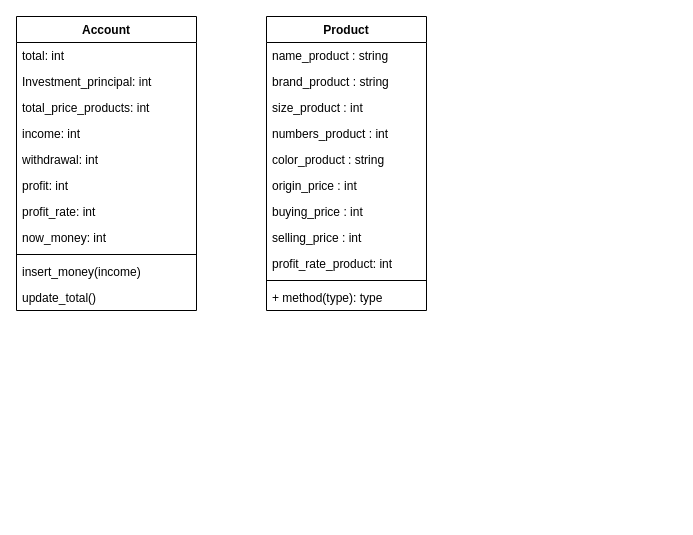
The draw.io diagram page "ClassDiagram" (1 of 2) of 1. Website for finance/classDiagram.drawio in daeho220/ToyProject, before the edit. Source tidied: cells renumbered, new cells numbered last; positions are measured from the earlier drawing's top-left corner, leaving out a move shared by most shapes. Both pictures are drawn from the tidied source at 100%, with x=0, y=0 at pixel (16, 16).
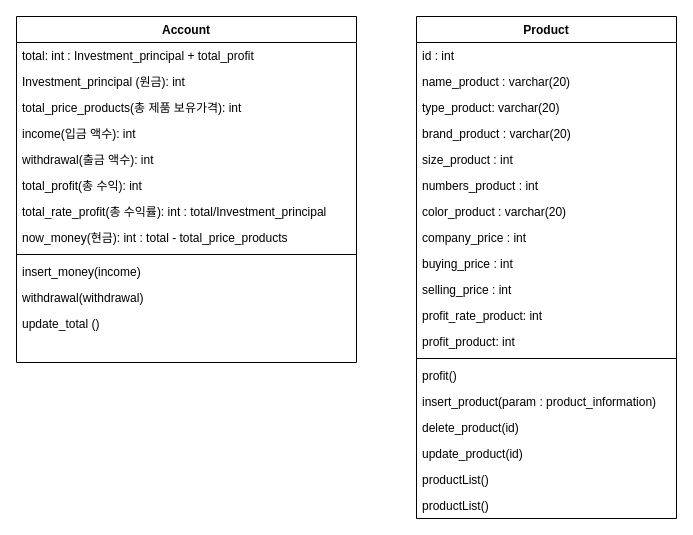
After the change.

What changed in the source:
```diff
@@
     <mxCell id="2" value="Account" style="swimlane;fontStyle=1;align=center;verticalAlign=top;horizontal=1;startSize=26;" parent="1" vertex="1">
-      <mxGeometry width="180" height="294" as="geometry" />
+      <mxGeometry width="340" height="346" as="geometry" />
     </mxCell>
-    <mxCell id="3" value="total: int" style="text;strokeColor=none;fillColor=none;align=left;verticalAlign=top;spacingLeft=4;spacingRight=4;overflow=hidden;" parent="2" vertex="1">
-      <mxGeometry y="26" width="180" height="26" as="geometry" />
+    <mxCell id="3" value="total: int : Investment_principal + total_profit" style="text;strokeColor=none;fillColor=none;align=left;verticalAlign=top;spacingLeft=4;spacingRight=4;overflow=hidden;" parent="2" vertex="1">
+      <mxGeometry y="26" width="340" height="26" as="geometry" />
     </mxCell>
-    <mxCell id="4" value="Investment_principal: int" style="text;strokeColor=none;fillColor=none;align=left;verticalAlign=top;spacingLeft=4;spacingRight=4;overflow=hidden;" parent="2" vertex="1">
-      <mxGeometry y="52" width="180" height="26" as="geometry" />
+    <mxCell id="4" value="Investment_principal (원금): int" style="text;strokeColor=none;fillColor=none;align=left;verticalAlign=top;spacingLeft=4;spacingRight=4;overflow=hidden;" parent="2" vertex="1">
+      <mxGeometry y="52" width="340" height="26" as="geometry" />
     </mxCell>
-    <mxCell id="5" value="total_price_products: int" style="text;strokeColor=none;fillColor=none;align=left;verticalAlign=top;spacingLeft=4;spacingRight=4;overflow=hidden;" parent="2" vertex="1">
-      <mxGeometry y="78" width="180" height="26" as="geometry" />
+    <mxCell id="5" value="total_price_products(총 제품 보유가격): int" style="text;strokeColor=none;fillColor=none;align=left;verticalAlign=top;spacingLeft=4;spacingRight=4;overflow=hidden;" parent="2" vertex="1">
+      <mxGeometry y="78" width="340" height="26" as="geometry" />
     </mxCell>
-    <mxCell id="6" value="income: int" style="text;strokeColor=none;fillColor=none;align=left;verticalAlign=top;spacingLeft=4;spacingRight=4;overflow=hidden;" parent="2" vertex="1">
-      <mxGeometry y="104" width="180" height="26" as="geometry" />
+    <mxCell id="6" value="income(입금 액수): int" style="text;strokeColor=none;fillColor=none;align=left;verticalAlign=top;spacingLeft=4;spacingRight=4;overflow=hidden;" parent="2" vertex="1">
+      <mxGeometry y="104" width="340" height="26" as="geometry" />
     </mxCell>
-    <mxCell id="7" value="withdrawal: int" style="text;strokeColor=none;fillColor=none;align=left;verticalAlign=top;spacingLeft=4;spacingRight=4;overflow=hidden;" parent="2" vertex="1">
-      <mxGeometry y="130" width="180" height="26" as="geometry" />
+    <mxCell id="7" value="withdrawal(출금 액수): int" style="text;strokeColor=none;fillColor=none;align=left;verticalAlign=top;spacingLeft=4;spacingRight=4;overflow=hidden;" parent="2" vertex="1">
+      <mxGeometry y="130" width="340" height="26" as="geometry" />
     </mxCell>
-    <mxCell id="8" value="profit: int" style="text;strokeColor=none;fillColor=none;align=left;verticalAlign=top;spacingLeft=4;spacingRight=4;overflow=hidden;" parent="2" vertex="1">
-      <mxGeometry y="156" width="180" height="26" as="geometry" />
-    </mxCell>
-    <mxCell id="9" value="profit_rate: int" style="text;strokeColor=none;fillColor=none;align=left;verticalAlign=top;spacingLeft=4;spacingRight=4;overflow=hidden;" parent="2" vertex="1">
-      <mxGeometry y="182" width="180" height="26" as="geometry" />
-    </mxCell>
+    <mxCell id="26" value="total_profit(총 수익): int" style="text;strokeColor=none;fillColor=none;align=left;verticalAlign=top;spacingLeft=4;spacingRight=4;overflow=hidden;" parent="2" vertex="1">
+      <mxGeometry y="156" width="340" height="26" as="geometry" />
+    </mxCell>
+    <mxCell id="27" value="total_rate_profit(총 수익률): int : total/Investment_principal" style="text;strokeColor=none;fillColor=none;align=left;verticalAlign=top;spacingLeft=4;spacingRight=4;overflow=hidden;" parent="2" vertex="1">
+      <mxGeometry y="182" width="340" height="26" as="geometry" />
+    </mxCell>
-    <mxCell id="10" value="now_money: int" style="text;strokeColor=none;fillColor=none;align=left;verticalAlign=top;spacingLeft=4;spacingRight=4;overflow=hidden;" parent="2" vertex="1">
-      <mxGeometry y="208" width="180" height="26" as="geometry" />
+    <mxCell id="10" value="now_money(현금): int : total - total_price_products" style="text;strokeColor=none;fillColor=none;align=left;verticalAlign=top;spacingLeft=4;spacingRight=4;overflow=hidden;" parent="2" vertex="1">
+      <mxGeometry y="208" width="340" height="26" as="geometry" />
     </mxCell>
     <mxCell id="11" style="line;strokeWidth=1;fillColor=none;align=left;verticalAlign=middle;spacingTop=-1;spacingLeft=3;spacingRight=3;labelPosition=right;strokeColor=inherit;" parent="2" vertex="1">
-      <mxGeometry y="234" width="180" height="8" as="geometry" />
+      <mxGeometry y="234" width="340" height="8" as="geometry" />
     </mxCell>
     <mxCell id="12" value="insert_money(income)" style="text;strokeColor=none;fillColor=none;align=left;verticalAlign=top;spacingLeft=4;spacingRight=4;overflow=hidden;" parent="2" vertex="1">
-      <mxGeometry y="242" width="180" height="26" as="geometry" />
+      <mxGeometry y="242" width="340" height="26" as="geometry" />
     </mxCell>
+    <mxCell id="28" value="withdrawal(withdrawal)" style="text;strokeColor=none;fillColor=none;align=left;verticalAlign=top;spacingLeft=4;spacingRight=4;overflow=hidden;" parent="2" vertex="1">
+      <mxGeometry y="268" width="340" height="26" as="geometry" />
+    </mxCell>
-    <mxCell id="13" value="update_total()" style="text;strokeColor=none;fillColor=none;align=left;verticalAlign=top;spacingLeft=4;spacingRight=4;overflow=hidden;" parent="2" vertex="1">
-      <mxGeometry y="268" width="180" height="26" as="geometry" />
+    <mxCell id="13" value="update_total ()" style="text;strokeColor=none;fillColor=none;align=left;verticalAlign=top;spacingLeft=4;spacingRight=4;overflow=hidden;" parent="2" vertex="1">
+      <mxGeometry y="294" width="340" height="26" as="geometry" />
     </mxCell>
+    <mxCell id="29" style="text;strokeColor=none;fillColor=none;align=left;verticalAlign=top;spacingLeft=4;spacingRight=4;overflow=hidden;" parent="2" vertex="1">
+      <mxGeometry y="320" width="340" height="26" as="geometry" />
+    </mxCell>
     <mxCell id="14" value="Product" style="swimlane;fontStyle=1;align=center;verticalAlign=top;horizontal=1;startSize=26;" parent="1" vertex="1">
-      <mxGeometry x="250" width="160" height="294" as="geometry" />
+      <mxGeometry x="400" width="260" height="502" as="geometry" />
     </mxCell>
-    <mxCell id="15" value="name_product : string" style="text;strokeColor=none;fillColor=none;align=left;verticalAlign=top;spacingLeft=4;spacingRight=4;overflow=hidden;" parent="14" vertex="1">
-      <mxGeometry y="26" width="160" height="26" as="geometry" />
+    <mxCell id="15" value="id : int" style="text;strokeColor=none;fillColor=none;align=left;verticalAlign=top;spacingLeft=4;spacingRight=4;overflow=hidden;" parent="14" vertex="1">
+      <mxGeometry y="26" width="260" height="26" as="geometry" />
     </mxCell>
+    <mxCell id="30" value="name_product : varchar(20)" style="text;strokeColor=none;fillColor=none;align=left;verticalAlign=top;spacingLeft=4;spacingRight=4;overflow=hidden;" parent="14" vertex="1">
+      <mxGeometry y="52" width="260" height="26" as="geometry" />
+    </mxCell>
+    <mxCell id="31" value="type_product: varchar(20)" style="text;strokeColor=none;fillColor=none;align=left;verticalAlign=top;spacingLeft=4;spacingRight=4;overflow=hidden;" parent="14" vertex="1">
+      <mxGeometry y="78" width="260" height="26" as="geometry" />
+    </mxCell>
-    <mxCell id="16" value="brand_product : string" style="text;strokeColor=none;fillColor=none;align=left;verticalAlign=top;spacingLeft=4;spacingRight=4;overflow=hidden;" parent="14" vertex="1">
-      <mxGeometry y="52" width="160" height="26" as="geometry" />
+    <mxCell id="16" value="brand_product : varchar(20)" style="text;strokeColor=none;fillColor=none;align=left;verticalAlign=top;spacingLeft=4;spacingRight=4;overflow=hidden;" parent="14" vertex="1">
+      <mxGeometry y="104" width="260" height="26" as="geometry" />
     </mxCell>
     <mxCell id="17" value="size_product : int" style="text;strokeColor=none;fillColor=none;align=left;verticalAlign=top;spacingLeft=4;spacingRight=4;overflow=hidden;" parent="14" vertex="1">
-      <mxGeometry y="78" width="160" height="26" as="geometry" />
+      <mxGeometry y="130" width="260" height="26" as="geometry" />
     </mxCell>
     <mxCell id="18" value="numbers_product : int" style="text;strokeColor=none;fillColor=none;align=left;verticalAlign=top;spacingLeft=4;spacingRight=4;overflow=hidden;" parent="14" vertex="1">
-      <mxGeometry y="104" width="160" height="26" as="geometry" />
+      <mxGeometry y="156" width="260" height="26" as="geometry" />
     </mxCell>
-    <mxCell id="19" value="color_product : string" style="text;strokeColor=none;fillColor=none;align=left;verticalAlign=top;spacingLeft=4;spacingRight=4;overflow=hidden;" parent="14" vertex="1">
-      <mxGeometry y="130" width="160" height="26" as="geometry" />
+    <mxCell id="19" value="color_product : varchar(20)" style="text;strokeColor=none;fillColor=none;align=left;verticalAlign=top;spacingLeft=4;spacingRight=4;overflow=hidden;" parent="14" vertex="1">
+      <mxGeometry y="182" width="260" height="26" as="geometry" />
     </mxCell>
-    <mxCell id="20" value="origin_price : int" style="text;strokeColor=none;fillColor=none;align=left;verticalAlign=top;spacingLeft=4;spacingRight=4;overflow=hidden;" parent="14" vertex="1">
-      <mxGeometry y="156" width="160" height="26" as="geometry" />
+    <mxCell id="20" value="company_price : int" style="text;strokeColor=none;fillColor=none;align=left;verticalAlign=top;spacingLeft=4;spacingRight=4;overflow=hidden;" parent="14" vertex="1">
+      <mxGeometry y="208" width="260" height="26" as="geometry" />
     </mxCell>
     <mxCell id="21" value="buying_price : int" style="text;strokeColor=none;fillColor=none;align=left;verticalAlign=top;spacingLeft=4;spacingRight=4;overflow=hidden;" parent="14" vertex="1">
-      <mxGeometry y="182" width="160" height="26" as="geometry" />
+      <mxGeometry y="234" width="260" height="26" as="geometry" />
     </mxCell>
     <mxCell id="22" value="selling_price : int" style="text;strokeColor=none;fillColor=none;align=left;verticalAlign=top;spacingLeft=4;spacingRight=4;overflow=hidden;" parent="14" vertex="1">
-      <mxGeometry y="208" width="160" height="26" as="geometry" />
+      <mxGeometry y="260" width="260" height="26" as="geometry" />
     </mxCell>
     <mxCell id="23" value="profit_rate_product: int" style="text;strokeColor=none;fillColor=none;align=left;verticalAlign=top;spacingLeft=4;spacingRight=4;overflow=hidden;" parent="14" vertex="1">
-      <mxGeometry y="234" width="160" height="26" as="geometry" />
+      <mxGeometry y="286" width="260" height="26" as="geometry" />
     </mxCell>
+    <mxCell id="32" value="profit_product: int" style="text;strokeColor=none;fillColor=none;align=left;verticalAlign=top;spacingLeft=4;spacingRight=4;overflow=hidden;" parent="14" vertex="1">
+      <mxGeometry y="312" width="260" height="26" as="geometry" />
+    </mxCell>
     <mxCell id="24" style="line;strokeWidth=1;fillColor=none;align=left;verticalAlign=middle;spacingTop=-1;spacingLeft=3;spacingRight=3;labelPosition=right;strokeColor=inherit;" parent="14" vertex="1">
-      <mxGeometry y="260" width="160" height="8" as="geometry" />
+      <mxGeometry y="338" width="260" height="8" as="geometry" />
     </mxCell>
-    <mxCell id="25" value="+ method(type): type" style="text;strokeColor=none;fillColor=none;align=left;verticalAlign=top;spacingLeft=4;spacingRight=4;overflow=hidden;" parent="14" vertex="1">
-      <mxGeometry y="268" width="160" height="26" as="geometry" />
+    <mxCell id="25" value="profit()" style="text;strokeColor=none;fillColor=none;align=left;verticalAlign=top;spacingLeft=4;spacingRight=4;overflow=hidden;" parent="14" vertex="1">
+      <mxGeometry y="346" width="260" height="26" as="geometry" />
     </mxCell>
+    <mxCell id="33" value="insert_product(param : product_information)" style="text;strokeColor=none;fillColor=none;align=left;verticalAlign=top;spacingLeft=4;spacingRight=4;overflow=hidden;" parent="14" vertex="1">
+      <mxGeometry y="372" width="260" height="26" as="geometry" />
+    </mxCell>
+    <mxCell id="34" value="delete_product(id)" style="text;strokeColor=none;fillColor=none;align=left;verticalAlign=top;spacingLeft=4;spacingRight=4;overflow=hidden;" parent="14" vertex="1">
+      <mxGeometry y="398" width="260" height="26" as="geometry" />
+    </mxCell>
+    <mxCell id="35" value="update_product(id)" style="text;strokeColor=none;fillColor=none;align=left;verticalAlign=top;spacingLeft=4;spacingRight=4;overflow=hidden;" parent="14" vertex="1">
+      <mxGeometry y="424" width="260" height="26" as="geometry" />
+    </mxCell>
+    <mxCell id="36" value="productList()" style="text;strokeColor=none;fillColor=none;align=left;verticalAlign=top;spacingLeft=4;spacingRight=4;overflow=hidden;" parent="14" vertex="1">
+      <mxGeometry y="450" width="260" height="26" as="geometry" />
+    </mxCell>
+    <mxCell id="37" value="productList()" style="text;strokeColor=none;fillColor=none;align=left;verticalAlign=top;spacingLeft=4;spacingRight=4;overflow=hidden;" parent="14" vertex="1">
+      <mxGeometry y="476" width="260" height="26" as="geometry" />
+    </mxCell>
```
